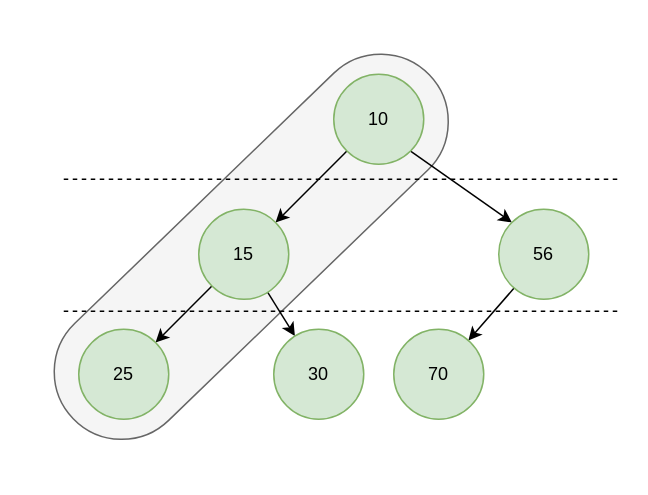
Above: HuGo/content/Draw.drawio in hello-world-example/Algorithms (draw.io), before the change. Source tidied: cells renumbered, new cells numbered last; positions are measured from the earlier drawing's top-left corner, leaving out a move shared by most shapes. Both pictures are drawn from the tidied source at 150%, with x=0, y=0 at pixel (3, 74).
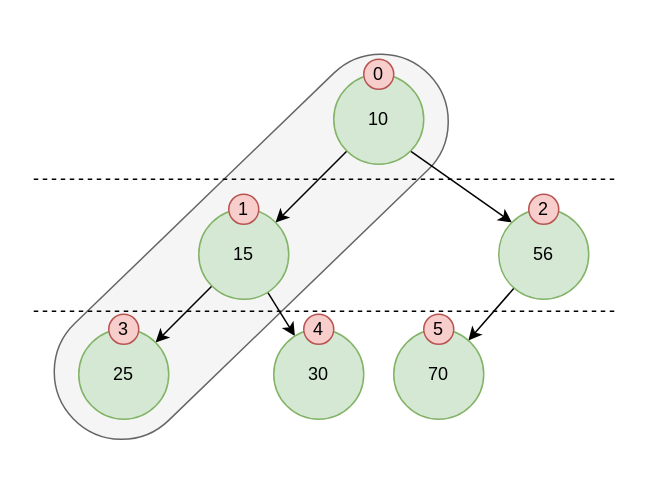
Above is the later version.

The edit, as a diff of the source:
```diff
@@
     <mxCell id="14" style="endArrow=none;dashed=1;html=1;" parent="1" edge="1">
       <mxGeometry relative="1" as="geometry">
-        <mxPoint x="40" y="158" as="sourcePoint" />
+        <mxPoint x="20" y="158" as="sourcePoint" />
         <mxPoint x="410" y="158" as="targetPoint" />
       </mxGeometry>
     </mxCell>
     <mxCell id="15" style="endArrow=none;dashed=1;html=1;" parent="1" edge="1">
       <mxGeometry relative="1" as="geometry">
-        <mxPoint x="40" y="70" as="sourcePoint" />
+        <mxPoint x="20" y="70" as="sourcePoint" />
         <mxPoint x="410" y="70" as="targetPoint" />
       </mxGeometry>
     </mxCell>
+    <mxCell id="16" value="0" style="ellipse;whiteSpace=wrap;html=1;rounded=1;fillColor=#f8cecc;strokeColor=#b85450;" parent="1" vertex="1">
+      <mxGeometry x="240" y="-10" width="20" height="20" as="geometry" />
+    </mxCell>
+    <mxCell id="17" value="1" style="ellipse;whiteSpace=wrap;html=1;rounded=1;fillColor=#f8cecc;strokeColor=#b85450;" parent="1" vertex="1">
+      <mxGeometry x="150" y="80" width="20" height="20" as="geometry" />
+    </mxCell>
+    <mxCell id="18" value="2" style="ellipse;whiteSpace=wrap;html=1;rounded=1;fillColor=#f8cecc;strokeColor=#b85450;" parent="1" vertex="1">
+      <mxGeometry x="350" y="80" width="20" height="20" as="geometry" />
+    </mxCell>
+    <mxCell id="19" value="3" style="ellipse;whiteSpace=wrap;html=1;rounded=1;fillColor=#f8cecc;strokeColor=#b85450;" parent="1" vertex="1">
+      <mxGeometry x="70" y="160" width="20" height="20" as="geometry" />
+    </mxCell>
+    <mxCell id="20" value="4" style="ellipse;whiteSpace=wrap;html=1;rounded=1;fillColor=#f8cecc;strokeColor=#b85450;" parent="1" vertex="1">
+      <mxGeometry x="200" y="160" width="20" height="20" as="geometry" />
+    </mxCell>
+    <mxCell id="21" value="5" style="ellipse;whiteSpace=wrap;html=1;rounded=1;fillColor=#f8cecc;strokeColor=#b85450;" parent="1" vertex="1">
+      <mxGeometry x="280" y="160" width="20" height="20" as="geometry" />
+    </mxCell>
```
